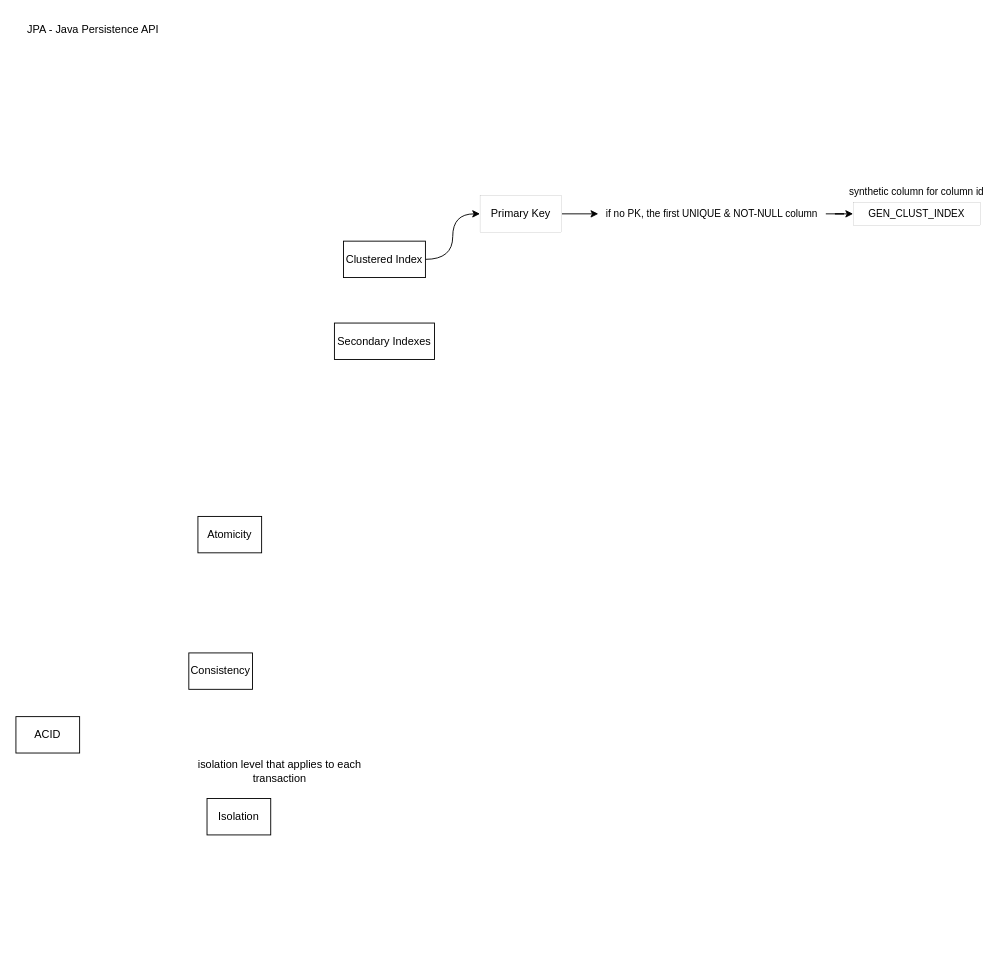
Above: MySQL.drawio in haoboliu66/Diagram (draw.io), before the change. Source tidied: cells renumbered, new cells numbered last; positions are measured from the earlier drawing's top-left corner, leaving out a move shared by most shapes. Both pictures are drawn from the tidied source at 91%, with x=0, y=0 at pixel (15, 15).
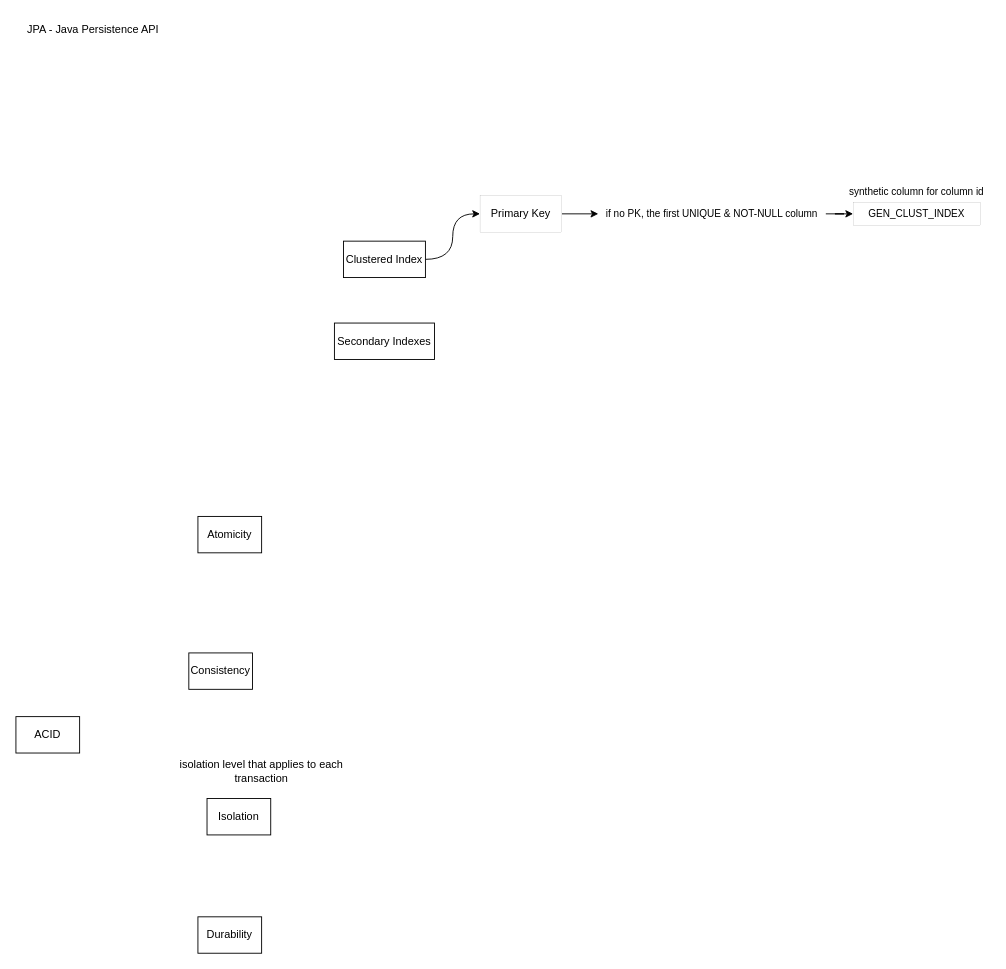
The same page after the edit.

Diff of the diagram source:
```diff
@@
 <mxGraphModel>
   <root>
     <mxCell id="0" />
     <mxCell id="1" parent="0" />
     <mxCell id="2" value="JPA - Java Persistence API" style="text;html=1;align=center;verticalAlign=middle;whiteSpace=wrap;rounded=0;" parent="1" vertex="1">
       <mxGeometry width="170" height="30" as="geometry" />
     </mxCell>
     <mxCell id="3" style="edgeStyle=orthogonalEdgeStyle;rounded=0;jettySize=auto;html=1;entryX=0;entryY=0.5;entryDx=0;entryDy=0;curved=1;" parent="1" edge="1" source="4" target="6">
       <mxGeometry relative="1" as="geometry" />
     </mxCell>
     <mxCell id="4" value="Clustered Index" style="rounded=0;whiteSpace=wrap;html=1;" parent="1" vertex="1">
       <mxGeometry x="360" y="247.5" width="90" height="40" as="geometry" />
     </mxCell>
     <mxCell id="5" style="edgeStyle=orthogonalEdgeStyle;rounded=0;jettySize=auto;html=1;strokeColor=default;align=center;verticalAlign=middle;fontFamily=Helvetica;fontSize=11;fontColor=default;labelBackgroundColor=default;endArrow=classic;" parent="1" edge="1" source="6" target="8">
       <mxGeometry relative="1" as="geometry" />
     </mxCell>
     <mxCell id="6" value="Primary Key" style="rounded=0;whiteSpace=wrap;html=1;strokeWidth=0;strokeColor=default;" parent="1" vertex="1">
       <mxGeometry x="510" y="197.5" width="90" height="40" as="geometry" />
     </mxCell>
     <mxCell id="7" style="edgeStyle=orthogonalEdgeStyle;rounded=0;jettySize=auto;html=1;strokeColor=default;align=center;verticalAlign=middle;fontFamily=Helvetica;fontSize=11;fontColor=default;labelBackgroundColor=default;endArrow=classic;" parent="1" edge="1" source="8" target="9">
       <mxGeometry relative="1" as="geometry" />
     </mxCell>
     <mxCell id="8" value="if no PK, the first UNIQUE &amp;amp; NOT-NULL column" style="text;html=1;align=center;verticalAlign=middle;whiteSpace=wrap;rounded=0;fontFamily=Helvetica;fontSize=11;fontColor=default;labelBackgroundColor=default;" parent="1" vertex="1">
       <mxGeometry x="640" y="205" width="250" height="25" as="geometry" />
     </mxCell>
     <mxCell id="9" value="GEN_CLUST_INDEX" style="text;html=1;align=center;verticalAlign=middle;whiteSpace=wrap;rounded=0;fontFamily=Helvetica;fontSize=11;fontColor=default;labelBackgroundColor=default;strokeColor=default;strokeWidth=0;" parent="1" vertex="1">
       <mxGeometry x="920" y="205" width="140" height="25" as="geometry" />
     </mxCell>
     <mxCell id="10" value="synthetic column for column id" style="text;html=1;align=center;verticalAlign=middle;whiteSpace=wrap;rounded=0;fontFamily=Helvetica;fontSize=11;fontColor=default;labelBackgroundColor=default;" parent="1" vertex="1">
       <mxGeometry x="910" y="180" width="160" height="25" as="geometry" />
     </mxCell>
     <mxCell id="11" value="Secondary Indexes" style="rounded=0;whiteSpace=wrap;html=1;" parent="1" vertex="1">
       <mxGeometry x="350" y="337.5" width="110" height="40" as="geometry" />
     </mxCell>
     <mxCell id="12" value="ACID" style="rounded=0;whiteSpace=wrap;html=1;" parent="1" vertex="1">
       <mxGeometry y="770" width="70" height="40" as="geometry" />
     </mxCell>
     <mxCell id="13" value="Atomicity" style="rounded=0;whiteSpace=wrap;html=1;" parent="1" vertex="1">
       <mxGeometry x="200" y="550" width="70" height="40" as="geometry" />
     </mxCell>
     <mxCell id="14" value="Consistency" style="rounded=0;whiteSpace=wrap;html=1;" parent="1" vertex="1">
       <mxGeometry x="190" y="700" width="70" height="40" as="geometry" />
     </mxCell>
     <mxCell id="15" value="Isolation" style="rounded=0;whiteSpace=wrap;html=1;" parent="1" vertex="1">
       <mxGeometry x="210" y="860" width="70" height="40" as="geometry" />
     </mxCell>
     <mxCell id="16" value="isolation level that applies to each transaction" style="text;html=1;align=center;verticalAlign=middle;whiteSpace=wrap;rounded=0;" parent="1" vertex="1">
-      <mxGeometry x="180" y="810" width="220" height="40" as="geometry" />
+      <mxGeometry x="160" y="810" width="220" height="40" as="geometry" />
     </mxCell>
+    <mxCell id="17" value="Durability" style="rounded=0;whiteSpace=wrap;html=1;" parent="1" vertex="1">
+      <mxGeometry x="200" y="990" width="70" height="40" as="geometry" />
+    </mxCell>
   </root>
 </mxGraphModel>
```
